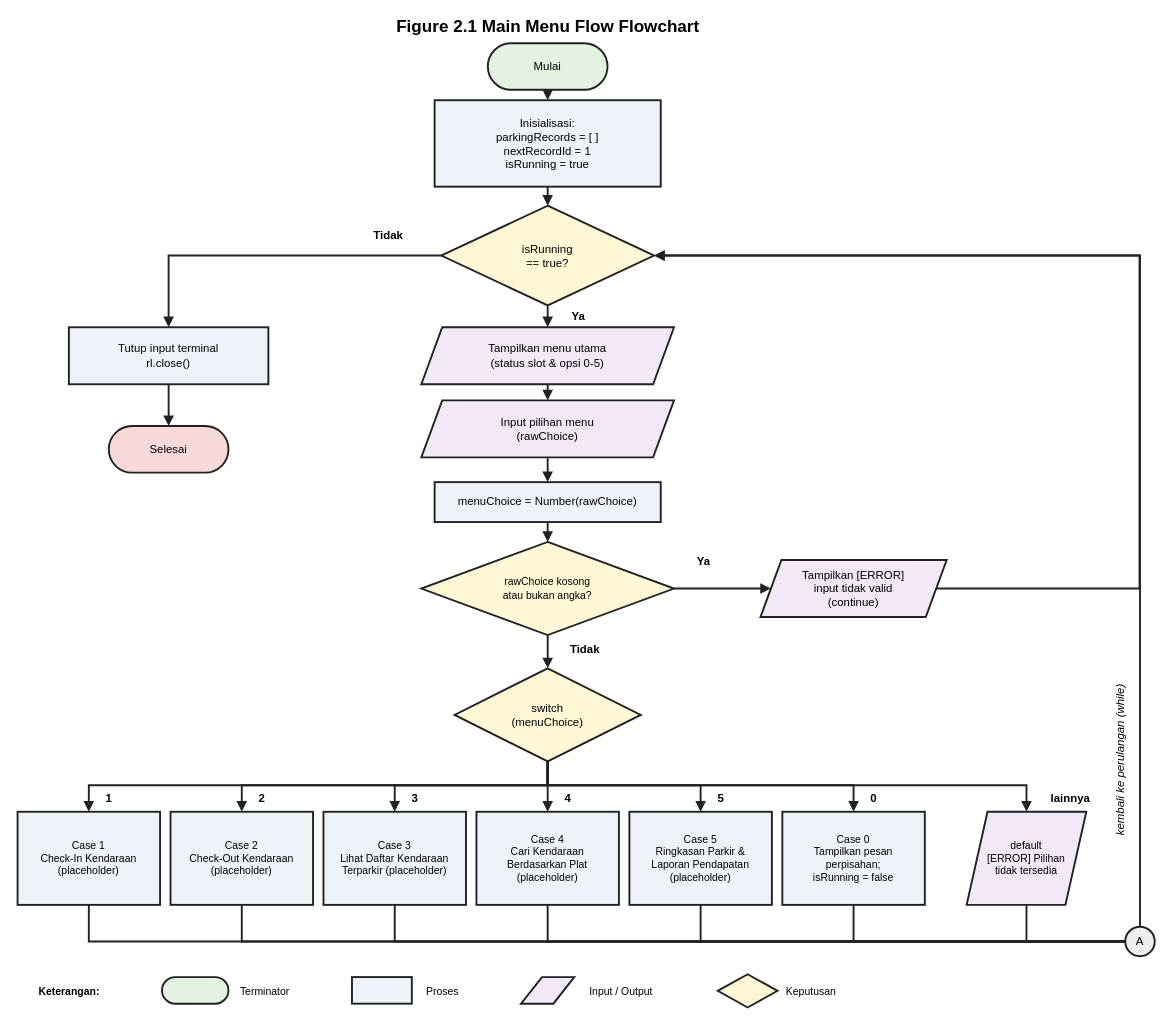
Above: docs/Figure_2.1_Main_Menu_Flowchart.drawio in Corced/parking-system (draw.io), before the change. Source tidied: cells renumbered, new cells numbered last; positions are measured from the earlier drawing's top-left corner, leaving out a move shared by most shapes. Both pictures are drawn from the tidied source at 95%, with x=0, y=0 at pixel (17, 16).
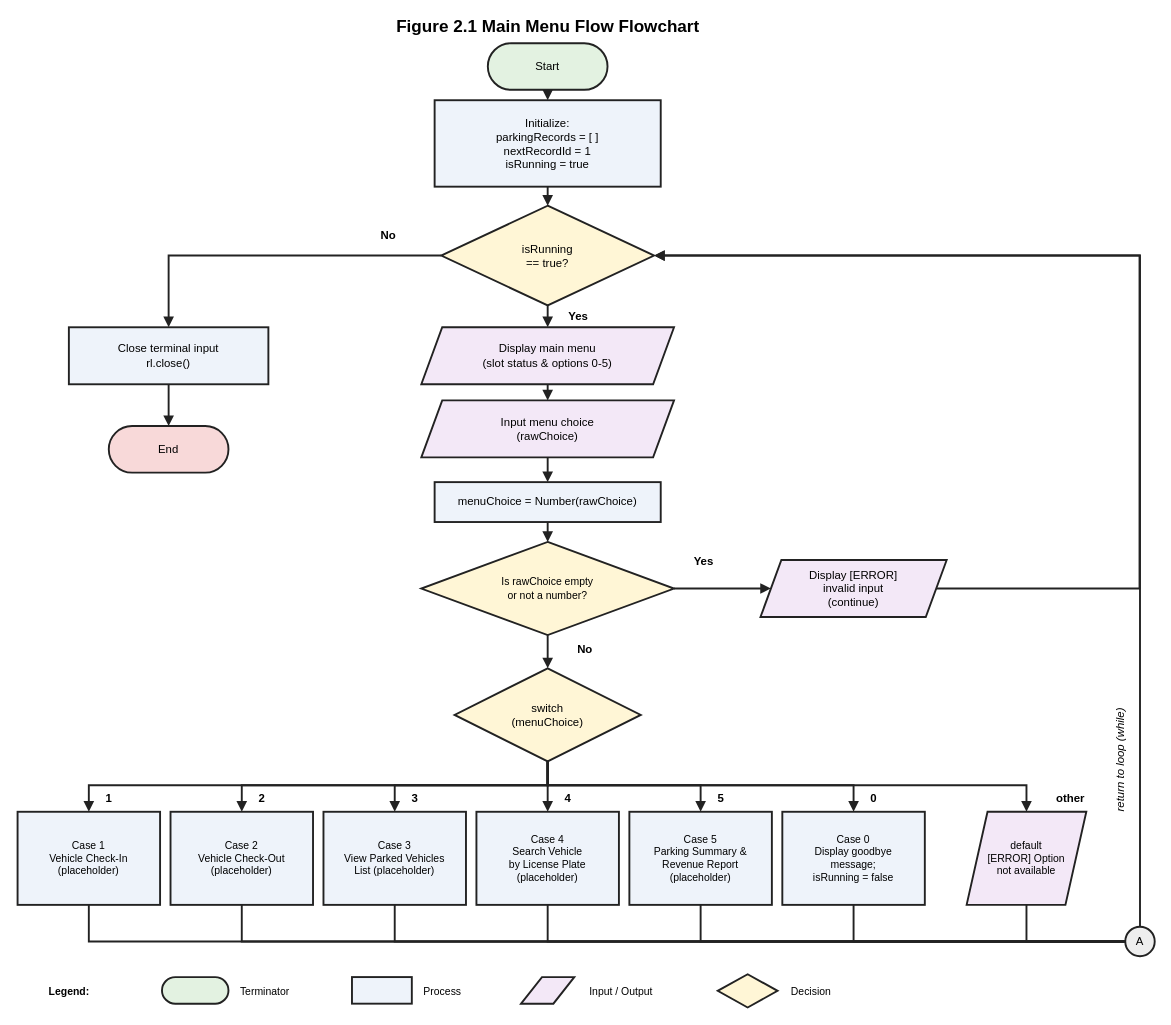
The same page after the edit.

Commit message (it also covers changes not shown here):
Changing the drawio and the gitignore

What changed in the source:
```diff
@@
-    <mxCell id="3" value="Mulai" style="rounded=1;arcSize=50;fillColor=#E3F2E1;fontSize=12;strokeColor=#222222;strokeWidth=2;whiteSpace=wrap;html=1;" parent="1" vertex="1">
+    <mxCell id="3" value="Start" style="rounded=1;arcSize=50;fillColor=#E3F2E1;fontSize=12;strokeColor=#222222;strokeWidth=2;whiteSpace=wrap;html=1;" parent="1" vertex="1">
       <mxGeometry x="495" y="28" width="126" height="49" as="geometry" />
     </mxCell>
-    <mxCell id="4" value="Inisialisasi:&lt;br&gt;parkingRecords = [ ]&lt;br&gt;nextRecordId = 1&lt;br&gt;isRunning = true" style="rounded=0;fillColor=#EEF3FA;fontSize=12;strokeColor=#222222;strokeWidth=2;whiteSpace=wrap;html=1;" parent="1" vertex="1">
+    <mxCell id="4" value="Initialize:&lt;br&gt;parkingRecords = [ ]&lt;br&gt;nextRecordId = 1&lt;br&gt;isRunning = true" style="rounded=0;fillColor=#EEF3FA;fontSize=12;strokeColor=#222222;strokeWidth=2;whiteSpace=wrap;html=1;" parent="1" vertex="1">
       <mxGeometry x="439" y="88" width="238" height="91" as="geometry" />
     </mxCell>
@@
-    <mxCell id="6" value="Tampilkan menu utama&lt;br&gt;(status slot &amp; opsi 0-5)" style="shape=parallelogram;perimeter=parallelogramPerimeter;fixedSize=1;size=22;fillColor=#F3E8F7;fontSize=12;strokeColor=#222222;strokeWidth=2;whiteSpace=wrap;html=1;" parent="1" vertex="1">
+    <mxCell id="6" value="Display main menu&lt;br&gt;(slot status &amp; options 0-5)" style="shape=parallelogram;perimeter=parallelogramPerimeter;fixedSize=1;size=22;fillColor=#F3E8F7;fontSize=12;strokeColor=#222222;strokeWidth=2;whiteSpace=wrap;html=1;" parent="1" vertex="1">
       <mxGeometry x="425" y="327" width="266" height="60" as="geometry" />
     </mxCell>
-    <mxCell id="7" value="Input pilihan menu&lt;br&gt;(rawChoice)" style="shape=parallelogram;perimeter=parallelogramPerimeter;fixedSize=1;size=22;fillColor=#F3E8F7;fontSize=12;strokeColor=#222222;strokeWidth=2;whiteSpace=wrap;html=1;" parent="1" vertex="1">
+    <mxCell id="7" value="Input menu choice&lt;br&gt;(rawChoice)" style="shape=parallelogram;perimeter=parallelogramPerimeter;fixedSize=1;size=22;fillColor=#F3E8F7;fontSize=12;strokeColor=#222222;strokeWidth=2;whiteSpace=wrap;html=1;" parent="1" vertex="1">
       <mxGeometry x="425" y="404" width="266" height="60" as="geometry" />
     </mxCell>
@@
-    <mxCell id="9" value="rawChoice kosong&lt;br&gt;atau bukan angka?" style="rhombus;fillColor=#FFF6D6;fontSize=11;strokeColor=#222222;strokeWidth=2;whiteSpace=wrap;html=1;" parent="1" vertex="1">
+    <mxCell id="9" value="Is rawChoice empty&lt;br&gt;or not a number?" style="rhombus;fillColor=#FFF6D6;fontSize=11;strokeColor=#222222;strokeWidth=2;whiteSpace=wrap;html=1;" parent="1" vertex="1">
       <mxGeometry x="425" y="553" width="266" height="98" as="geometry" />
     </mxCell>
@@
-    <mxCell id="11" value="Tampilkan [ERROR]&lt;br&gt;input tidak valid&lt;br&gt;(continue)" style="shape=parallelogram;perimeter=parallelogramPerimeter;fixedSize=1;size=22;fillColor=#F3E8F7;fontSize=12;strokeColor=#222222;strokeWidth=2;whiteSpace=wrap;html=1;" parent="1" vertex="1">
+    <mxCell id="11" value="Display [ERROR]&lt;br&gt;invalid input&lt;br&gt;(continue)" style="shape=parallelogram;perimeter=parallelogramPerimeter;fixedSize=1;size=22;fillColor=#F3E8F7;fontSize=12;strokeColor=#222222;strokeWidth=2;whiteSpace=wrap;html=1;" parent="1" vertex="1">
       <mxGeometry x="782" y="572" width="196" height="60" as="geometry" />
     </mxCell>
-    <mxCell id="12" value="Tutup input terminal&lt;br&gt;rl.close()" style="rounded=0;fillColor=#EEF3FA;fontSize=12;strokeColor=#222222;strokeWidth=2;whiteSpace=wrap;html=1;" parent="1" vertex="1">
+    <mxCell id="12" value="Close terminal input&lt;br&gt;rl.close()" style="rounded=0;fillColor=#EEF3FA;fontSize=12;strokeColor=#222222;strokeWidth=2;whiteSpace=wrap;html=1;" parent="1" vertex="1">
       <mxGeometry x="54" y="327" width="210" height="60" as="geometry" />
     </mxCell>
-    <mxCell id="13" value="Selesai" style="rounded=1;arcSize=50;fillColor=#F8D9D9;fontSize=12;strokeColor=#222222;strokeWidth=2;whiteSpace=wrap;html=1;" parent="1" vertex="1">
+    <mxCell id="13" value="End" style="rounded=1;arcSize=50;fillColor=#F8D9D9;fontSize=12;strokeColor=#222222;strokeWidth=2;whiteSpace=wrap;html=1;" parent="1" vertex="1">
       <mxGeometry x="96" y="431" width="126" height="49" as="geometry" />
     </mxCell>
@@
-    <mxCell id="24" value="Ya" style="text;html=1;align=center;verticalAlign=middle;strokeColor=none;fillColor=none;fontSize=12;fontStyle=1;" parent="1" vertex="1">
+    <mxCell id="24" value="Yes" style="text;html=1;align=center;verticalAlign=middle;strokeColor=none;fillColor=none;fontSize=12;fontStyle=1;" parent="1" vertex="1">
       <mxGeometry x="569" y="305" width="42" height="21" as="geometry" />
     </mxCell>
-    <mxCell id="25" value="Tidak" style="text;html=1;align=center;verticalAlign=middle;strokeColor=none;fillColor=none;fontSize=12;fontStyle=1;" parent="1" vertex="1">
+    <mxCell id="25" value="No" style="text;html=1;align=center;verticalAlign=middle;strokeColor=none;fillColor=none;fontSize=12;fontStyle=1;" parent="1" vertex="1">
       <mxGeometry x="569" y="655" width="56" height="21" as="geometry" />
     </mxCell>
-    <mxCell id="26" value="Ya" style="text;html=1;align=center;verticalAlign=middle;strokeColor=none;fillColor=none;fontSize=12;fontStyle=1;" parent="1" vertex="1">
+    <mxCell id="26" value="Yes" style="text;html=1;align=center;verticalAlign=middle;strokeColor=none;fillColor=none;fontSize=12;fontStyle=1;" parent="1" vertex="1">
       <mxGeometry x="701" y="563" width="42" height="21" as="geometry" />
     </mxCell>
-    <mxCell id="27" value="Tidak" style="text;html=1;align=center;verticalAlign=middle;strokeColor=none;fillColor=none;fontSize=12;fontStyle=1;" parent="1" vertex="1">
+    <mxCell id="27" value="No" style="text;html=1;align=center;verticalAlign=middle;strokeColor=none;fillColor=none;fontSize=12;fontStyle=1;" parent="1" vertex="1">
       <mxGeometry x="362" y="220" width="56" height="21" as="geometry" />
     </mxCell>
-    <mxCell id="28" value="Case 1&lt;br&gt;Check-In Kendaraan&lt;br&gt;(placeholder)" style="rounded=0;fillColor=#EEF3FA;fontSize=11;strokeColor=#222222;strokeWidth=2;whiteSpace=wrap;html=1;" parent="1" vertex="1">
+    <mxCell id="28" value="Case 1&lt;br&gt;Vehicle Check-In&lt;br&gt;(placeholder)" style="rounded=0;fillColor=#EEF3FA;fontSize=11;strokeColor=#222222;strokeWidth=2;whiteSpace=wrap;html=1;" parent="1" vertex="1">
       <mxGeometry y="837" width="150" height="98" as="geometry" />
     </mxCell>
@@
-    <mxCell id="30" value="Case 2&lt;br&gt;Check-Out Kendaraan&lt;br&gt;(placeholder)" style="rounded=0;fillColor=#EEF3FA;fontSize=11;strokeColor=#222222;strokeWidth=2;whiteSpace=wrap;html=1;" parent="1" vertex="1">
+    <mxCell id="30" value="Case 2&lt;br&gt;Vehicle Check-Out&lt;br&gt;(placeholder)" style="rounded=0;fillColor=#EEF3FA;fontSize=11;strokeColor=#222222;strokeWidth=2;whiteSpace=wrap;html=1;" parent="1" vertex="1">
       <mxGeometry x="161" y="837" width="150" height="98" as="geometry" />
     </mxCell>
@@
-    <mxCell id="32" value="Case 3&lt;br&gt;Lihat Daftar Kendaraan&lt;br&gt;Terparkir (placeholder)" style="rounded=0;fillColor=#EEF3FA;fontSize=11;strokeColor=#222222;strokeWidth=2;whiteSpace=wrap;html=1;" parent="1" vertex="1">
+    <mxCell id="32" value="Case 3&lt;br&gt;View Parked Vehicles&lt;br&gt;List (placeholder)" style="rounded=0;fillColor=#EEF3FA;fontSize=11;strokeColor=#222222;strokeWidth=2;whiteSpace=wrap;html=1;" parent="1" vertex="1">
       <mxGeometry x="322" y="837" width="150" height="98" as="geometry" />
     </mxCell>
@@
-    <mxCell id="34" value="Case 4&lt;br&gt;Cari Kendaraan&lt;br&gt;Berdasarkan Plat&lt;br&gt;(placeholder)" style="rounded=0;fillColor=#EEF3FA;fontSize=11;strokeColor=#222222;strokeWidth=2;whiteSpace=wrap;html=1;" parent="1" vertex="1">
+    <mxCell id="34" value="Case 4&lt;br&gt;Search Vehicle&lt;br&gt;by License Plate&lt;br&gt;(placeholder)" style="rounded=0;fillColor=#EEF3FA;fontSize=11;strokeColor=#222222;strokeWidth=2;whiteSpace=wrap;html=1;" parent="1" vertex="1">
       <mxGeometry x="483" y="837" width="150" height="98" as="geometry" />
     </mxCell>
@@
-    <mxCell id="36" value="Case 5&lt;br&gt;Ringkasan Parkir &amp;&lt;br&gt;Laporan Pendapatan&lt;br&gt;(placeholder)" style="rounded=0;fillColor=#EEF3FA;fontSize=11;strokeColor=#222222;strokeWidth=2;whiteSpace=wrap;html=1;" parent="1" vertex="1">
+    <mxCell id="36" value="Case 5&lt;br&gt;Parking Summary &amp;&lt;br&gt;Revenue Report&lt;br&gt;(placeholder)" style="rounded=0;fillColor=#EEF3FA;fontSize=11;strokeColor=#222222;strokeWidth=2;whiteSpace=wrap;html=1;" parent="1" vertex="1">
       <mxGeometry x="644" y="837" width="150" height="98" as="geometry" />
     </mxCell>
@@
-    <mxCell id="38" value="Case 0&lt;br&gt;Tampilkan pesan&lt;br&gt;perpisahan;&lt;br&gt;isRunning = false" style="rounded=0;fillColor=#EEF3FA;fontSize=11;strokeColor=#222222;strokeWidth=2;whiteSpace=wrap;html=1;" parent="1" vertex="1">
+    <mxCell id="38" value="Case 0&lt;br&gt;Display goodbye&lt;br&gt;message;&lt;br&gt;isRunning = false" style="rounded=0;fillColor=#EEF3FA;fontSize=11;strokeColor=#222222;strokeWidth=2;whiteSpace=wrap;html=1;" parent="1" vertex="1">
       <mxGeometry x="805" y="837" width="150" height="98" as="geometry" />
     </mxCell>
@@
-    <mxCell id="40" value="default&lt;br&gt;[ERROR] Pilihan&lt;br&gt;tidak tersedia" style="shape=parallelogram;perimeter=parallelogramPerimeter;fixedSize=1;size=22;fillColor=#F3E8F7;fontSize=11;strokeColor=#222222;strokeWidth=2;whiteSpace=wrap;html=1;" parent="1" vertex="1">
+    <mxCell id="40" value="default&lt;br&gt;[ERROR] Option&lt;br&gt;not available" style="shape=parallelogram;perimeter=parallelogramPerimeter;fixedSize=1;size=22;fillColor=#F3E8F7;fontSize=11;strokeColor=#222222;strokeWidth=2;whiteSpace=wrap;html=1;" parent="1" vertex="1">
       <mxGeometry x="999" y="837" width="126" height="98" as="geometry" />
     </mxCell>
-    <mxCell id="41" value="lainnya" style="text;html=1;align=center;verticalAlign=middle;strokeColor=none;fillColor=none;fontSize=12;fontStyle=1;" parent="1" vertex="1">
+    <mxCell id="41" value="other" style="text;html=1;align=center;verticalAlign=middle;strokeColor=none;fillColor=none;fontSize=12;fontStyle=1;" parent="1" vertex="1">
       <mxGeometry x="1076" y="812" width="63" height="21" as="geometry" />
     </mxCell>
@@
-    <mxCell id="59" value="kembali ke perulangan (while)" style="text;html=1;align=center;verticalAlign=middle;strokeColor=none;fillColor=none;fontSize=12;fontStyle=2;rotation=270;" parent="1" vertex="1">
+    <mxCell id="59" value="return to loop (while)" style="text;html=1;align=center;verticalAlign=middle;strokeColor=none;fillColor=none;fontSize=12;fontStyle=2;rotation=270;" parent="1" vertex="1">
       <mxGeometry x="1003" y="773" width="315" height="21" as="geometry" />
     </mxCell>
-    <mxCell id="60" value="Keterangan:" style="text;html=1;align=center;verticalAlign=middle;strokeColor=none;fillColor=none;fontSize=11;fontStyle=1;" parent="1" vertex="1">
+    <mxCell id="60" value="Legend:" style="text;html=1;align=center;verticalAlign=middle;strokeColor=none;fillColor=none;fontSize=11;fontStyle=1;" parent="1" vertex="1">
       <mxGeometry x="5" y="1015" width="98" height="21" as="geometry" />
     </mxCell>
@@
-    <mxCell id="64" value="Proses" style="text;html=1;align=center;verticalAlign=middle;strokeColor=none;fillColor=none;fontSize=11;" parent="1" vertex="1">
+    <mxCell id="64" value="Process" style="text;html=1;align=center;verticalAlign=middle;strokeColor=none;fillColor=none;fontSize=11;" parent="1" vertex="1">
       <mxGeometry x="415" y="1015" width="63" height="21" as="geometry" />
     </mxCell>
@@
-    <mxCell id="68" value="Keputusan" style="text;html=1;align=center;verticalAlign=middle;strokeColor=none;fillColor=none;fontSize=11;" parent="1" vertex="1">
+    <mxCell id="68" value="Decision" style="text;html=1;align=center;verticalAlign=middle;strokeColor=none;fillColor=none;fontSize=11;" parent="1" vertex="1">
       <mxGeometry x="793" y="1015" width="84" height="21" as="geometry" />
     </mxCell>
```
